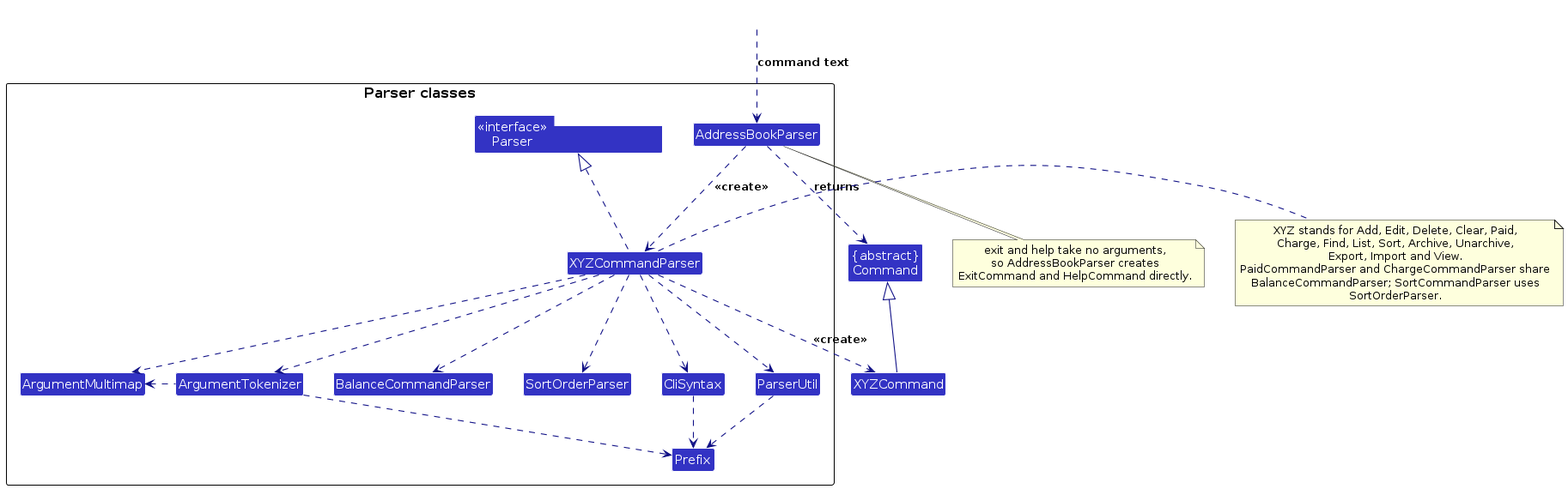
This is diagrams/ParserClasses.png from AY2627S1-CS2103T-F13-2/tp, a PlantUML export, as it was before one commit. Its source is kept beside it as diagrams/ParserClasses.puml.
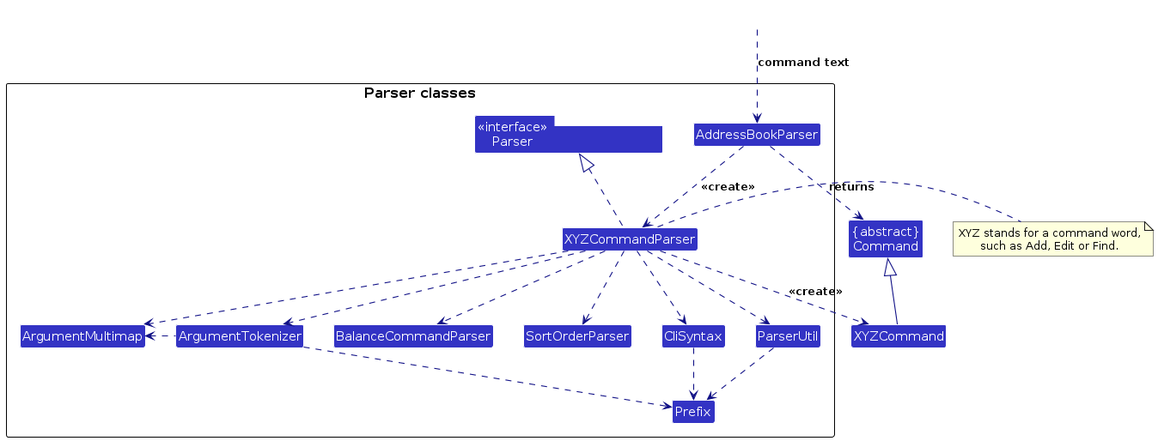
The same diagram one commit later.

Diff of the diagram source:
```diff
@@ -41,17 +41,8 @@
 XYZCommand -up-|> Command
 
 note right of XYZCommandParser
-  XYZ stands for Add, Edit, Delete, Clear, Paid,
-  Charge, Find, List, Sort, Archive, Unarchive,
-  Export, Import and View.
-  PaidCommandParser and ChargeCommandParser share
-  BalanceCommandParser; SortCommandParser uses
-  SortOrderParser.
+  XYZ stands for a command word,
+  such as Add, Edit or Find.
 end note
 
-note bottom of AddressBookParser
-  exit and help take no arguments,
-  so AddressBookParser creates
-  ExitCommand and HelpCommand directly.
-end note
 @enduml
```
